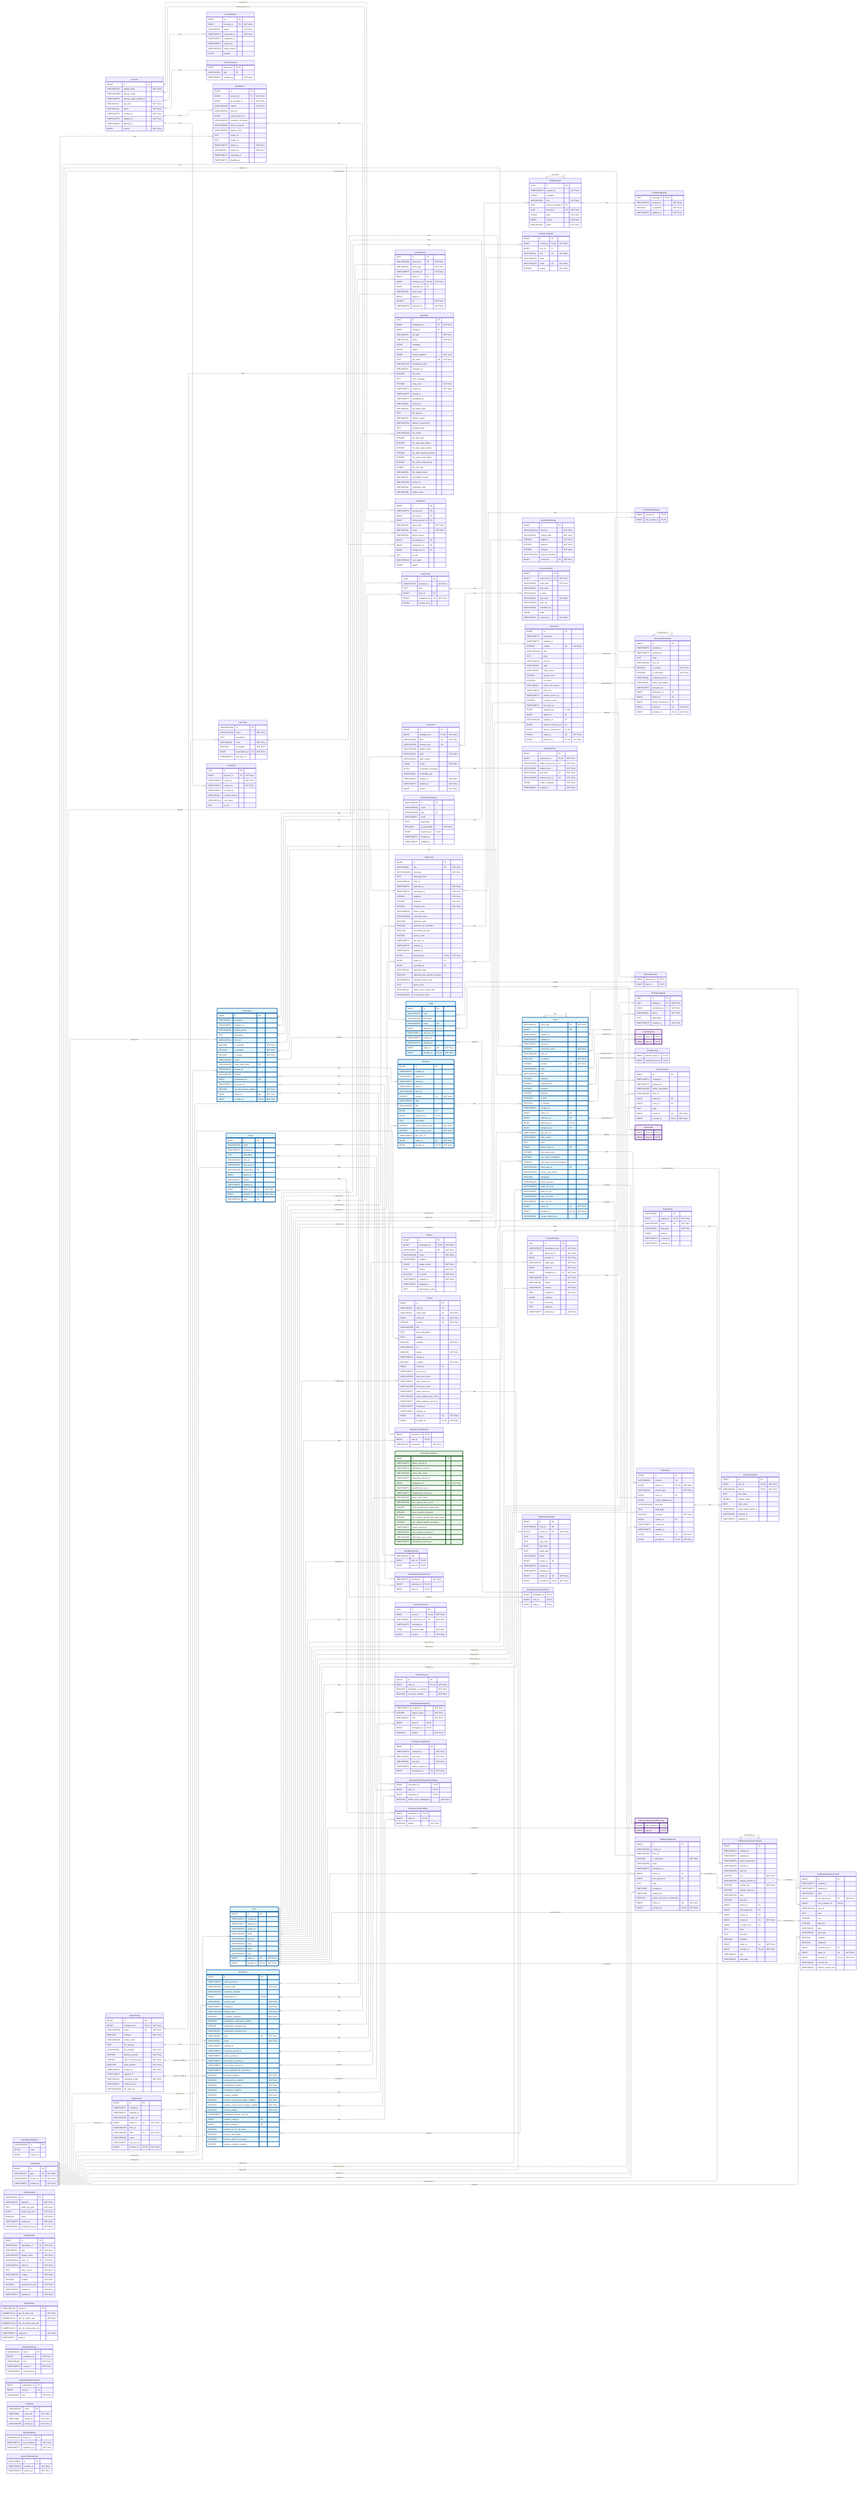
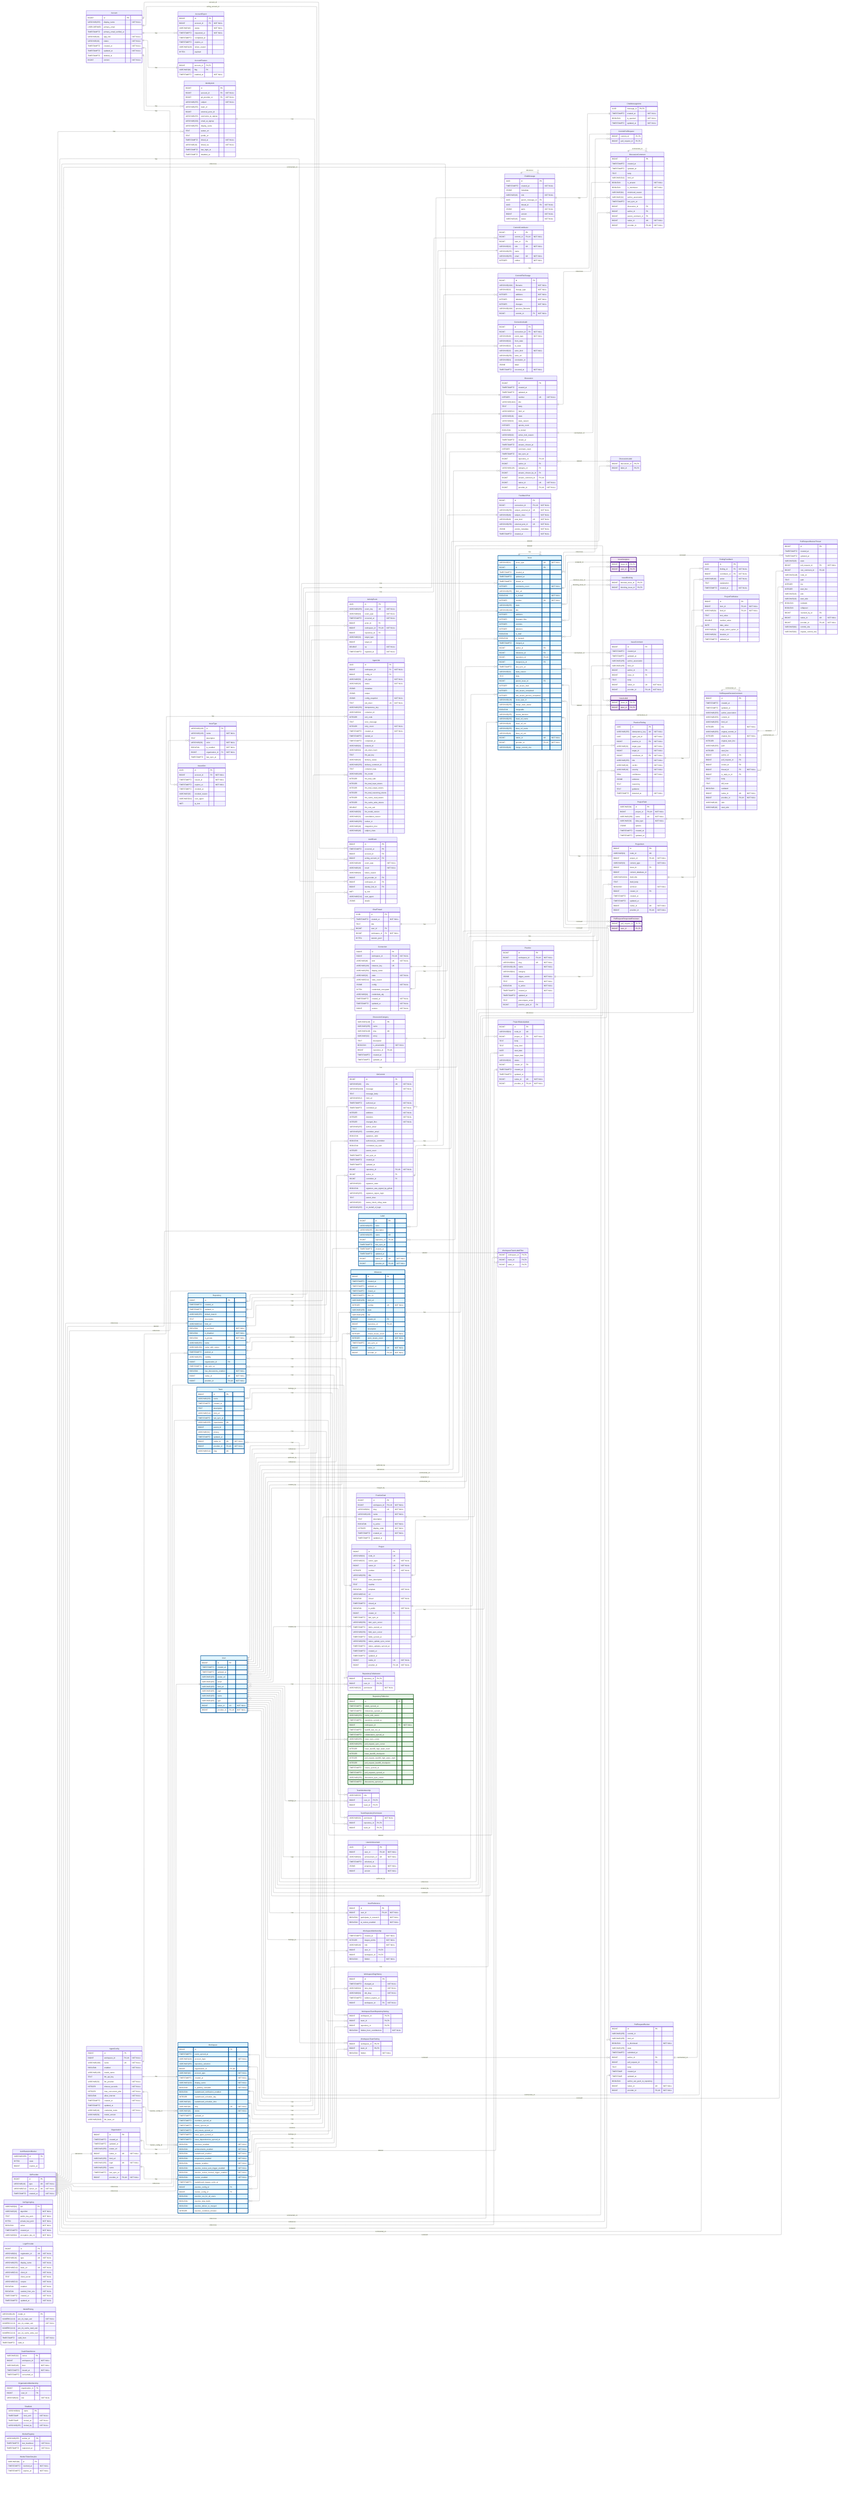
---
config:
    layout: elk
---
erDiagram
    %% Generated automatically from PostgreSQL database schema
    %% using scripts/generate-mermaid-erd.ts
    %% To regenerate: pnpm run db:generate-erd-docs

    direction LR

    Account {
        BIGINT id PK
        VARCHAR(255) display_name "NOT NULL"
        USER-DEFINED primary_email
        TIMESTAMPTZ primary_email_verified_at
        VARCHAR(16) app_role "NOT NULL"
        VARCHAR(16) status "NOT NULL"
        TIMESTAMPTZ created_at "NOT NULL"
        TIMESTAMPTZ updated_at "NOT NULL"
        TIMESTAMPTZ deleted_at
        BIGINT version "NOT NULL"
    }

    AccountExport {
        BIGINT id PK
        BIGINT account_id FK "NOT NULL"
        VARCHAR(16) status "NOT NULL"
        TIMESTAMPTZ requested_at "NOT NULL"
        TIMESTAMPTZ completed_at
        TIMESTAMPTZ expires_at
        VARCHAR(128) failure_reason
        BYTEA payload
    }

    AccountFeature {
        BIGINT account_id PK,FK
        VARCHAR(64) flag PK
        TIMESTAMPTZ enabled_at "NOT NULL"
    }

    ActivityEvent {
        UUID id PK
        VARCHAR(255) event_key UK "NOT NULL"
        VARCHAR(64) event_type "NOT NULL"
        TIMESTAMPTZ occurred_at "NOT NULL"
        BIGINT actor_id FK
        BIGINT workspace_id FK,UK "NOT NULL"
        BIGINT repository_id FK
        VARCHAR(32) target_type
        BIGINT target_id
        DOUBLE xp "NOT NULL"
        TIMESTAMPTZ ingested_at "NOT NULL"
    }

    AgentConfig {
        BIGINT id PK
        BIGINT workspace_id FK,UK "NOT NULL"
        VARCHAR(100) name UK "NOT NULL"
        BOOLEAN enabled "NOT NULL"
        VARCHAR(128) model_name
        TEXT llm_api_key
        VARCHAR(32) llm_provider "NOT NULL"
        INTEGER timeout_seconds "NOT NULL"
        INTEGER max_concurrent_jobs "NOT NULL"
        BOOLEAN allow_internet "NOT NULL"
        TIMESTAMPTZ created_at "NOT NULL"
        TIMESTAMPTZ updated_at
        VARCHAR(16) credential_mode "NOT NULL"
        VARCHAR(50) model_version
        VARCHAR(2048) llm_base_url
    }

    AgentJob {
        UUID id PK
        BIGINT workspace_id FK "NOT NULL"
        BIGINT config_id FK
        VARCHAR(50) job_type "NOT NULL"
        VARCHAR(20) status "NOT NULL"
        JSONB metadata
        JSONB output
        JSONB config_snapshot "NOT NULL"
        TEXT job_token UK "NOT NULL"
        VARCHAR(255) idempotency_key
        VARCHAR(64) container_id
        INTEGER exit_code
        TEXT error_message
        INTEGER retry_count "NOT NULL"
        TIMESTAMPTZ created_at "NOT NULL"
        TIMESTAMPTZ started_at
        TIMESTAMPTZ completed_at
        VARCHAR(64) network_id
        VARCHAR(64) job_token_hash
        TEXT llm_api_key
        VARCHAR(20) delivery_status
        VARCHAR(255) delivery_comment_id
        TEXT container_logs
        VARCHAR(100) llm_model
        INTEGER llm_total_calls
        INTEGER llm_total_input_tokens
        INTEGER llm_total_output_tokens
        INTEGER llm_total_reasoning_tokens
        INTEGER llm_cache_read_tokens
        INTEGER llm_cache_write_tokens
        DOUBLE llm_cost_usd
        VARCHAR(50) llm_model_version
        VARCHAR(32) cancellation_reason
        VARCHAR(255) worker_id
        VARCHAR(48) integration_kind
        VARCHAR(48) subject_class
    }

    AuthEvent {
        BIGINT id PK
        TIMESTAMPTZ occurred_at PK
        BIGINT account_id FK
        BIGINT acting_account_id FK
        VARCHAR(48) event_type "NOT NULL"
        VARCHAR(16) result "NOT NULL"
        VARCHAR(64) failure_reason
        BIGINT git_provider_id FK
        BIGINT workspace_id FK
        BIGINT identity_link_id FK
        INET ip_inet
        VARCHAR(512) user_agent
        JSONB details
    }

    AuthRateLimitBucket {
        VARCHAR(255) id PK
        BYTEA state
        BIGINT expires_at
    }

    ChatMessage {
        UUID id PK
        TIMESTAMPTZ created_at "NOT NULL"
        JSONB metadata
        VARCHAR(16) role "NOT NULL"
        UUID parent_message_id FK
        UUID thread_id FK "NOT NULL"
        JSONB parts "NOT NULL"
        BIGINT version "NOT NULL"
        VARCHAR(16) status "NOT NULL"
    }

    ChatMessageVote {
        UUID message_id PK,FK
        TIMESTAMPTZ created_at "NOT NULL"
        BOOLEAN is_upvoted "NOT NULL"
        TIMESTAMPTZ updated_at "NOT NULL"
    }

    ChatThread {
        UUID id PK
        TIMESTAMPTZ created_at "NOT NULL"
        TEXT title
        BIGINT user_id FK
        BIGINT workspace_id FK "NOT NULL"
        BYTEA session_jsonl
    }

    CommitContributor {
        BIGINT id PK
        BIGINT commit_id FK,UK "NOT NULL"
        BIGINT user_id FK
        VARCHAR(32) role UK "NOT NULL"
        VARCHAR(255) name
        VARCHAR(255) email UK "NOT NULL"
        INTEGER ordinal "NOT NULL"
    }

    CommitFileChange {
        BIGINT id PK
        VARCHAR(1024) filename "NOT NULL"
        VARCHAR(32) change_type "NOT NULL"
        INTEGER additions "NOT NULL"
        INTEGER deletions "NOT NULL"
        INTEGER changes "NOT NULL"
        VARCHAR(1024) previous_filename
        BIGINT commit_id FK "NOT NULL"
    }

    CommitPullRequest {
        BIGINT commit_id PK,FK
        BIGINT pull_request_id PK,FK
    }

    Connection {
        BIGINT id PK
        BIGINT workspace_id FK,UK "NOT NULL"
        VARCHAR(48) kind UK "NOT NULL"
        VARCHAR(128) instance_key UK
        VARCHAR(256) display_name
        VARCHAR(32) state "NOT NULL"
        VARCHAR(512) state_reason
        JSONB config "NOT NULL"
        BYTEA credentials_encrypted
        VARCHAR(64) credentials_alg
        TIMESTAMPTZ created_at "NOT NULL"
        TIMESTAMPTZ updated_at "NOT NULL"
        BIGINT version "NOT NULL"
    }

    ConnectionAudit {
        BIGINT id PK
        BIGINT connection_id FK "NOT NULL"
        VARCHAR(48) event_type "NOT NULL"
        VARCHAR(32) from_state
        VARCHAR(32) to_state
        VARCHAR(32) actor_kind "NOT NULL"
        VARCHAR(256) actor_ref
        VARCHAR(64) correlation_id
        JSONB detail
        TIMESTAMPTZ occurred_at "NOT NULL"
    }

    Discussion {
        BIGINT id PK
        TIMESTAMPTZ created_at
        TIMESTAMPTZ updated_at
        INTEGER number UK "NOT NULL"
        VARCHAR(1024) title
        TEXT body
        VARCHAR(512) html_url
        VARCHAR(16) state
        VARCHAR(32) state_reason
        INTEGER upvote_count
        BOOLEAN is_locked
        VARCHAR(32) active_lock_reason
        TIMESTAMPTZ closed_at
        TIMESTAMPTZ answer_chosen_at
        INTEGER comment_count
        TIMESTAMPTZ last_sync_at
        BIGINT repository_id FK,UK
        BIGINT author_id FK
        VARCHAR(128) category_id FK
        BIGINT answer_chosen_by_id FK
        BIGINT answer_comment_id FK,UK
        BIGINT native_id UK "NOT NULL"
        BIGINT provider_id FK,UK "NOT NULL"
    }

    DiscussionCategory {
        VARCHAR(128) id PK
        VARCHAR(255) name
        VARCHAR(128) slug UK
        VARCHAR(32) emoji
        TEXT description
        BOOLEAN is_answerable "NOT NULL"
        BIGINT repository_id FK,UK
        TIMESTAMPTZ created_at
        TIMESTAMPTZ updated_at
    }

    DiscussionComment {
        BIGINT id PK
        TIMESTAMPTZ created_at
        TIMESTAMPTZ updated_at
        TEXT body
        VARCHAR(512) html_url
        BOOLEAN is_answer "NOT NULL"
        BOOLEAN is_minimized "NOT NULL"
        VARCHAR(64) minimized_reason
        VARCHAR(32) author_association
        TIMESTAMPTZ last_sync_at
        BIGINT discussion_id FK
        BIGINT author_id FK
        BIGINT parent_comment_id FK
        BIGINT native_id UK "NOT NULL"
        BIGINT provider_id FK,UK "NOT NULL"
    }

    DiscussionLabel {
        BIGINT discussion_id PK,FK
        BIGINT label_id PK,FK
    }

    FeedbackPost {
        BIGINT id PK
        BIGINT connection_id FK,UK "NOT NULL"
        VARCHAR(256) subject_external_id UK "NOT NULL"
        VARCHAR(48) subject_class "NOT NULL"
        VARCHAR(48) post_kind UK "NOT NULL"
        VARCHAR(256) external_post_id UK "NOT NULL"
        JSONB vendor_metadata "NOT NULL"
        TIMESTAMPTZ created_at "NOT NULL"
    }

    FindingFeedback {
        UUID id PK
        UUID finding_id FK "NOT NULL"
        BIGINT contributor_id FK "NOT NULL"
        VARCHAR(16) action "NOT NULL"
        TEXT explanation
        TIMESTAMPTZ created_at "NOT NULL"
    }

    GitCommit {
        BIGINT id PK
        VARCHAR(40) sha UK "NOT NULL"
        VARCHAR(1024) message "NOT NULL"
        TEXT message_body
        VARCHAR(512) html_url
        TIMESTAMPTZ authored_at "NOT NULL"
        TIMESTAMPTZ committed_at "NOT NULL"
        INTEGER additions "NOT NULL"
        INTEGER deletions "NOT NULL"
        INTEGER changed_files "NOT NULL"
        VARCHAR(255) author_email
        VARCHAR(255) committer_email
        BOOLEAN signature_valid
        BOOLEAN authored_by_committer
        BOOLEAN committed_via_web
        INTEGER parent_count
        TIMESTAMPTZ last_sync_at
        TIMESTAMPTZ created_at
        TIMESTAMPTZ updated_at
        BIGINT repository_id FK,UK "NOT NULL"
        BIGINT author_id FK
        BIGINT committer_id FK
        VARCHAR(32) signature_state
        BOOLEAN signature_was_signed_by_github
        VARCHAR(255) signature_signer_login
        TEXT parent_shas
        VARCHAR(32) status_check_rollup_state
        VARCHAR(255) on_behalf_of_login
    }

    GitProvider {
        BIGINT id PK
        VARCHAR(10) type UK "NOT NULL"
        VARCHAR(512) server_url UK "NOT NULL"
        TIMESTAMPTZ created_at "NOT NULL"
    }

    IdentityLink {
        BIGINT id PK
        BIGINT account_id FK "NOT NULL"
        BIGINT git_provider_id FK "NOT NULL"
        VARCHAR(255) subject "NOT NULL"
        VARCHAR(255) team_id
        BIGINT external_actor_id
        VARCHAR(255) username_at_signup
        VARCHAR(320) email_at_signup
        VARCHAR(255) display_name
        TEXT avatar_url
        TEXT profile_url
        TIMESTAMPTZ linked_at "NOT NULL"
        VARCHAR(16) linked_via "NOT NULL"
        TIMESTAMPTZ last_login_at
        TIMESTAMPTZ disabled_at
    }

    Issue {
        VARCHAR(31) issue_type UK "NOT NULL"
        BIGINT id PK
        TIMESTAMPTZ created_at
        TIMESTAMPTZ updated_at
        TIMESTAMPTZ closed_at
        INTEGER comments_count "NOT NULL"
        VARCHAR(255) html_url
        BOOLEAN is_locked "NOT NULL"
        INTEGER number UK "NOT NULL"
        VARCHAR(255) state
        VARCHAR(1024) title
        INTEGER additions
        INTEGER changed_files
        INTEGER commits
        INTEGER deletions
        BOOLEAN is_draft
        BOOLEAN is_merged
        TIMESTAMPTZ merged_at
        BIGINT author_id FK
        BIGINT milestone_id FK
        BIGINT repository_id FK,UK
        BIGINT merged_by_id FK
        TIMESTAMPTZ last_sync_at
        VARCHAR(32) state_reason
        TEXT body
        BIGINT parent_issue_id FK
        INTEGER sub_issues_total
        INTEGER sub_issues_completed
        INTEGER sub_issues_percent_completed
        VARCHAR(128) issue_type_id FK
        VARCHAR(255) merge_state_status
        BOOLEAN mergeable
        VARCHAR(255) review_decision
        VARCHAR(255) head_ref_name
        VARCHAR(40) head_ref_oid
        VARCHAR(255) base_ref_name
        VARCHAR(40) base_ref_oid
        BIGINT native_id UK "NOT NULL"
        BIGINT provider_id FK,UK "NOT NULL"
        VARCHAR(40) merge_commit_sha
    }

    IssueAssignee {
        BIGINT issue_id PK,FK
        BIGINT user_id PK,FK
    }

    IssueBlocking {
        BIGINT blocked_issue_id PK,FK
        BIGINT blocking_issue_id PK,FK
    }

    IssueComment {
        BIGINT id PK
        TIMESTAMPTZ created_at
        TIMESTAMPTZ updated_at
        VARCHAR(255) author_association
        VARCHAR(255) html_url
        BIGINT author_id FK
        BIGINT issue_id FK
        TEXT body
        BIGINT native_id UK "NOT NULL"
        BIGINT provider_id FK,UK "NOT NULL"
    }

    IssueLabel {
        BIGINT issue_id PK,FK
        BIGINT label_id PK,FK
    }

    IssueType {
        VARCHAR(128) id PK
        VARCHAR(128) name "NOT NULL"
        TEXT description
        VARCHAR(20) color "NOT NULL"
        BOOLEAN is_enabled "NOT NULL"
        BIGINT organization_id FK "NOT NULL"
        TIMESTAMPTZ last_sync_at
    }

    IssuedJwt {
        UUID jti PK
        BIGINT account_id FK "NOT NULL"
        TIMESTAMPTZ issued_at "NOT NULL"
        TIMESTAMPTZ expires_at "NOT NULL"
        TIMESTAMPTZ revoked_at
        VARCHAR(32) revoked_reason
        VARCHAR(512) user_agent
        INET ip_inet
    }

    JwtSigningKey {
        VARCHAR(64) kid PK
        VARCHAR(16) algorithm "NOT NULL"
        TEXT public_key_pem "NOT NULL"
        BYTEA private_key_pem "NOT NULL"
        BOOLEAN active "NOT NULL"
        TIMESTAMPTZ created_at "NOT NULL"
        VARCHAR(64) encryption_key_id "NOT NULL"
    }

    Label {
        BIGINT id PK
        VARCHAR(255) color
        VARCHAR(255) description
        VARCHAR(255) name UK
        BIGINT repository_id FK,UK
        TIMESTAMPTZ last_sync_at
        TIMESTAMPTZ created_at
        TIMESTAMPTZ updated_at
        BIGINT native_id UK "NOT NULL"
        BIGINT provider_id FK,UK "NOT NULL"
    }

    LoginProvider {
        BIGINT id PK
        VARCHAR(64) registration_id UK "NOT NULL"
        VARCHAR(10) type UK "NOT NULL"
        VARCHAR(255) display_name "NOT NULL"
        VARCHAR(512) base_url UK "NOT NULL"
        VARCHAR(512) client_id "NOT NULL"
        TEXT client_secret "NOT NULL"
        VARCHAR(512) scopes "NOT NULL"
        BOOLEAN enabled "NOT NULL"
        BOOLEAN seeded_from_env "NOT NULL"
        TIMESTAMPTZ created_at "NOT NULL"
        TIMESTAMPTZ updated_at "NOT NULL"
    }

    Milestone {
        BIGINT id PK
        TIMESTAMPTZ created_at
        TIMESTAMPTZ updated_at
        TIMESTAMPTZ closed_at
        TIMESTAMPTZ due_on
        VARCHAR(255) html_url
        INTEGER number UK "NOT NULL"
        VARCHAR(255) state
        VARCHAR(255) title
        BIGINT creator_id FK
        BIGINT repository_id FK,UK
        TEXT description
        INTEGER closed_issues_count "NOT NULL"
        INTEGER open_issues_count "NOT NULL"
        TIMESTAMPTZ last_sync_at
        BIGINT native_id UK "NOT NULL"
        BIGINT provider_id FK,UK "NOT NULL"
    }

    ModelPricing {
        VARCHAR(128) model_id PK
        NUMERIC(12,6) per_1k_input_usd "NOT NULL"
        NUMERIC(12,6) per_1k_output_usd "NOT NULL"
        NUMERIC(12,6) per_1k_cache_read_usd
        NUMERIC(12,6) per_1k_cache_write_usd
        TIMESTAMPTZ valid_from "NOT NULL"
        TIMESTAMPTZ valid_to
    }

    OauthStateNonce {
        VARCHAR(32) nonce PK
        BIGINT workspace_id "NOT NULL"
        VARCHAR(48) kind "NOT NULL"
        TIMESTAMPTZ issued_at "NOT NULL"
        TIMESTAMPTZ consumed_at
    }

    Organization {
        BIGINT id PK
        TIMESTAMPTZ created_at
        TIMESTAMPTZ updated_at
        VARCHAR(255) avatar_url
        BIGINT native_id UK "NOT NULL"
        VARCHAR(255) html_url
        VARCHAR(255) login UK "NOT NULL"
        VARCHAR(255) name
        TIMESTAMPTZ last_sync_at
        BIGINT provider_id FK,UK "NOT NULL"
    }

    OrganizationMembership {
        BIGINT organization_id PK
        BIGINT user_id PK
        VARCHAR(32) role "NOT NULL"
    }

    Practice {
        BIGINT id PK
        BIGINT workspace_id FK,UK "NOT NULL"
        VARCHAR(64) slug UK "NOT NULL"
        VARCHAR(128) name "NOT NULL"
        VARCHAR(64) category
        JSONB trigger_events "NOT NULL"
        TEXT criteria "NOT NULL"
        BOOLEAN is_active "NOT NULL"
        TIMESTAMPTZ created_at "NOT NULL"
        TIMESTAMPTZ updated_at
        TEXT precompute_script
+         BIGINT practice_goal_id FK
    }

    PracticeFinding {
        UUID id PK
        VARCHAR(255) idempotency_key UK "NOT NULL"
        UUID agent_job_id "NOT NULL"
        BIGINT practice_id FK "NOT NULL"
        VARCHAR(32) target_type "NOT NULL"
        BIGINT target_id "NOT NULL"
        BIGINT contributor_id FK "NOT NULL"
        VARCHAR(255) title "NOT NULL"
        VARCHAR(16) verdict "NOT NULL"
        VARCHAR(16) severity "NOT NULL"
        REAL confidence "NOT NULL"
        JSONB evidence
        TEXT reasoning
        TEXT guidance
        TIMESTAMPTZ detected_at "NOT NULL"
+     }
+ 
+     PracticeGoal {
+         BIGINT id PK
+         BIGINT workspace_id FK,UK "NOT NULL"
+         VARCHAR(64) slug UK "NOT NULL"
+         VARCHAR(128) name "NOT NULL"
+         TEXT description
+         BOOLEAN is_active "NOT NULL"
+         INTEGER display_order "NOT NULL"
+         TIMESTAMPTZ created_at "NOT NULL"
+         TIMESTAMPTZ updated_at
    }

    Project {
        BIGINT id PK
        VARCHAR(64) node_id UK
        VARCHAR(32) owner_type UK "NOT NULL"
        BIGINT owner_id UK "NOT NULL"
        INTEGER number UK "NOT NULL"
        VARCHAR(256) title
        TEXT short_description
        TEXT readme
        BOOLEAN template "NOT NULL"
        VARCHAR(512) url
        BOOLEAN closed "NOT NULL"
        TIMESTAMPTZ closed_at
        BOOLEAN is_public "NOT NULL"
        BIGINT creator_id FK
        TIMESTAMPTZ last_sync_at
        VARCHAR(256) item_sync_cursor
        TIMESTAMPTZ items_synced_at
        VARCHAR(256) field_sync_cursor
        TIMESTAMPTZ fields_synced_at
        VARCHAR(256) status_update_sync_cursor
        TIMESTAMPTZ status_updates_synced_at
        TIMESTAMPTZ created_at
        TIMESTAMPTZ updated_at
        BIGINT native_id UK "NOT NULL"
        BIGINT provider_id FK,UK "NOT NULL"
    }

    ProjectField {
        VARCHAR(64) id PK
        BIGINT project_id FK,UK "NOT NULL"
        VARCHAR(256) name UK "NOT NULL"
        VARCHAR(32) data_type "NOT NULL"
        JSONB options
        TIMESTAMPTZ created_at
        TIMESTAMPTZ updated_at
    }

    ProjectFieldValue {
        BIGINT id PK
        BIGINT item_id FK,UK "NOT NULL"
        VARCHAR(64) field_id FK,UK "NOT NULL"
        TEXT text_value
        DOUBLE number_value
        DATE date_value
        VARCHAR(64) single_select_option_id
        VARCHAR(64) iteration_id
        TIMESTAMPTZ updated_at
    }

    ProjectItem {
        BIGINT id PK
        VARCHAR(64) node_id UK
        BIGINT project_id FK,UK "NOT NULL"
        VARCHAR(32) content_type "NOT NULL"
        BIGINT issue_id FK
        BIGINT content_database_id
        VARCHAR(1024) draft_title
        TEXT draft_body
        BOOLEAN archived "NOT NULL"
        BIGINT creator_id FK
        TIMESTAMPTZ created_at
        TIMESTAMPTZ updated_at
        BIGINT native_id UK "NOT NULL"
        BIGINT provider_id FK,UK "NOT NULL"
    }

    ProjectStatusUpdate {
        BIGINT id PK
        VARCHAR(64) node_id UK
        BIGINT project_id FK "NOT NULL"
        TEXT body
        TEXT body_html
        DATE start_date
        DATE target_date
        VARCHAR(32) status
        BIGINT creator_id FK
        TIMESTAMPTZ created_at
        TIMESTAMPTZ updated_at
        BIGINT native_id UK "NOT NULL"
        BIGINT provider_id FK,UK "NOT NULL"
    }

    PullRequestRequestedReviewer {
        BIGINT pull_request_id PK,FK
        BIGINT user_id PK,FK
    }

    PullRequestReview {
        BIGINT id PK
        VARCHAR(255) commit_id
        VARCHAR(255) html_url
        BOOLEAN is_dismissed "NOT NULL"
        VARCHAR(255) state
        TIMESTAMPTZ submitted_at
        BIGINT author_id FK
        BIGINT pull_request_id FK
        TEXT body
        TIMESTAMP created_at
        TIMESTAMP updated_at
        BOOLEAN author_can_push_to_repository
        BIGINT native_id UK "NOT NULL"
        BIGINT provider_id FK,UK "NOT NULL"
    }

    PullRequestReviewComment {
        BIGINT id PK
        TIMESTAMPTZ created_at
        TIMESTAMPTZ updated_at
        VARCHAR(255) author_association
        VARCHAR(255) commit_id
        VARCHAR(255) html_url
        INTEGER line "NOT NULL"
        VARCHAR(255) original_commit_id
        INTEGER original_line "NOT NULL"
        INTEGER original_start_line
        VARCHAR(255) path
        INTEGER start_line
        BIGINT author_id FK
        BIGINT pull_request_id FK
        BIGINT review_id FK
        BIGINT thread_id FK "NOT NULL"
        BIGINT in_reply_to_id FK
        TEXT body
        TEXT diff_hunk
        BOOLEAN outdated
        BIGINT native_id UK "NOT NULL"
        BIGINT provider_id FK,UK "NOT NULL"
        VARCHAR(16) side
        VARCHAR(16) start_side
    }

    PullRequestReviewThread {
        BIGINT id PK
        TIMESTAMPTZ created_at
        TIMESTAMPTZ updated_at
        VARCHAR(20) state
        BIGINT pull_request_id FK "NOT NULL"
        BIGINT root_comment_id FK,UK
        VARCHAR(128) node_id
        TEXT path
        INTEGER line
        INTEGER start_line
        VARCHAR(16) side
        VARCHAR(16) start_side
        BOOLEAN outdated
        BOOLEAN collapsed
        BIGINT resolved_by_id FK
        BIGINT native_id UK "NOT NULL"
        BIGINT provider_id FK,UK "NOT NULL"
        VARCHAR(64) commit_sha
        VARCHAR(64) original_commit_sha
    }

    Repository {
        BIGINT id PK
        TIMESTAMPTZ created_at
        TIMESTAMPTZ updated_at
        VARCHAR(255) default_branch
        TEXT description
        VARCHAR(512) html_url
        BOOLEAN is_archived "NOT NULL"
        BOOLEAN is_disabled "NOT NULL"
        BOOLEAN is_private "NOT NULL"
        VARCHAR(255) name
        VARCHAR(150) name_with_owner UK
        TIMESTAMPTZ pushed_at
        VARCHAR(255) visibility
        BIGINT organization_id FK
        TIMESTAMPTZ last_sync_at
        BOOLEAN has_discussions_enabled "NOT NULL"
        BIGINT native_id UK "NOT NULL"
        BIGINT provider_id FK,UK "NOT NULL"
    }

    RepositoryCollaborator {
        BIGINT repository_id PK,FK
        BIGINT user_id PK,FK
        VARCHAR(32) permission "NOT NULL"
    }

    RepositoryToMonitor {
        BIGINT id PK
        TIMESTAMPTZ labels_synced_at
        TIMESTAMPTZ milestones_synced_at
        VARCHAR(255) name_with_owner
        TIMESTAMPTZ repository_synced_at
        BIGINT workspace_id FK "NOT NULL"
        TIMESTAMPTZ backfill_last_run_at
        TIMESTAMPTZ collaborators_synced_at
        VARCHAR(255) issue_sync_cursor
        VARCHAR(255) pull_request_sync_cursor
        INTEGER issue_backfill_high_water_mark
        INTEGER issue_backfill_checkpoint
        INTEGER pull_request_backfill_high_water_mark
        INTEGER pull_request_backfill_checkpoint
        TIMESTAMPTZ issues_synced_at
        TIMESTAMPTZ pull_requests_synced_at
        VARCHAR(255) discussion_sync_cursor
        TIMESTAMPTZ discussions_synced_at
    }

    Shedlock {
        VARCHAR(64) name PK
        TIMESTAMP lock_until "NOT NULL"
        TIMESTAMP locked_at "NOT NULL"
        VARCHAR(255) locked_by "NOT NULL"
    }

    Team {
        BIGINT id PK
        VARCHAR(255) name
        TIMESTAMPTZ created_at
        TEXT description
        VARCHAR(512) html_url
        TIMESTAMPTZ last_sync_at
        VARCHAR(255) organization UK
        BIGINT parent_id
        VARCHAR(32) privacy
        TIMESTAMPTZ updated_at
        BIGINT native_id UK "NOT NULL"
        BIGINT provider_id FK,UK "NOT NULL"
        VARCHAR(512) slug UK
    }

    TeamMembership {
        VARCHAR(32) role
        BIGINT user_id PK,FK
        BIGINT team_id PK,FK
    }

    TeamRepositoryPermission {
        VARCHAR(32) permission "NOT NULL"
        BIGINT repository_id PK,FK
        BIGINT team_id PK,FK
    }

    User {
        BIGINT id PK
        TIMESTAMPTZ created_at
        TIMESTAMPTZ updated_at
        VARCHAR(255) avatar_url
        VARCHAR(255) email
        VARCHAR(255) html_url
        VARCHAR(255) login
        VARCHAR(255) name
        VARCHAR(255) type
        BIGINT native_id UK "NOT NULL"
        BIGINT provider_id FK,UK "NOT NULL"
    }

    UserAchievement {
        UUID id PK
        BIGINT user_id FK,UK "NOT NULL"
        VARCHAR(64) achievement_id UK "NOT NULL"
        TIMESTAMPTZ unlocked_at
        JSONB progress_data "NOT NULL"
        BIGINT version "NOT NULL"
    }

    UserPreference {
        BIGINT id PK
        BIGINT user_id FK,UK "NOT NULL"
        BOOLEAN participate_in_research "NOT NULL"
        BOOLEAN ai_review_enabled "NOT NULL"
    }

    WorkerRegistry {
        VARCHAR(255) worker_id PK
        TIMESTAMPTZ last_heartbeat "NOT NULL"
        TIMESTAMPTZ registered_at "NOT NULL"
    }

    WorkerTokenDenylist {
        VARCHAR(64) jti PK
        TIMESTAMPTZ revoked_at "NOT NULL"
        TIMESTAMPTZ expires_at "NOT NULL"
    }

    Workspace {
        BIGINT id PK
        TIMESTAMPTZ users_synced_at
        VARCHAR(120) account_login "NOT NULL"
        VARCHAR(255) repository_selection
        BIGINT organization_id FK,UK
        VARCHAR(10) account_type "NOT NULL"
        TIMESTAMPTZ created_at "NOT NULL"
        VARCHAR(120) display_name "NOT NULL"
        BOOLEAN is_publicly_viewable "NOT NULL"
        BOOLEAN leaderboard_notification_enabled
        INTEGER leaderboard_schedule_day
        VARCHAR(10) leaderboard_schedule_time
        VARCHAR(64) slug UK "NOT NULL"
        VARCHAR(20) status "NOT NULL"
        TIMESTAMPTZ updated_at
        TIMESTAMPTZ members_synced_at
        TIMESTAMPTZ teams_synced_at
        TIMESTAMPTZ sub_issues_synced_at
        TIMESTAMPTZ issue_types_synced_at
        TIMESTAMPTZ issue_dependencies_synced_at
        BOOLEAN practices_enabled "NOT NULL"
        BOOLEAN achievements_enabled "NOT NULL"
        BOOLEAN leaderboard_enabled "NOT NULL"
        BOOLEAN progression_enabled "NOT NULL"
        BOOLEAN leagues_enabled "NOT NULL"
        BOOLEAN practice_review_auto_trigger_enabled "NOT NULL"
        BOOLEAN practice_review_manual_trigger_enabled "NOT NULL"
        BOOLEAN mentor_enabled "NOT NULL"
        TIMESTAMPTZ leaderboard_league_cycle_at
        BIGINT practice_config_id FK
        BIGINT mentor_config_id FK
        BOOLEAN practice_run_for_all_users
        BOOLEAN practice_skip_drafts
        BOOLEAN practice_deliver_to_merged
        INTEGER practice_cooldown_minutes
    }

    WorkspaceMembership {
        TIMESTAMPTZ created_at "NOT NULL"
        INTEGER league_points "NOT NULL"
        VARCHAR(16) role "NOT NULL"
        BIGINT user_id PK,FK
        BIGINT workspace_id PK,FK
        BOOLEAN hidden "NOT NULL"
    }

    WorkspaceSlugHistory {
        BIGINT id PK
        TIMESTAMPTZ changed_at "NOT NULL"
        VARCHAR(64) new_slug "NOT NULL"
        VARCHAR(64) old_slug "NOT NULL"
        TIMESTAMPTZ redirect_expires_at
        BIGINT workspace_id FK "NOT NULL"
    }

    WorkspaceTeamLabelFilter {
        BIGINT workspace_id PK,FK
        BIGINT team_id PK,FK
        BIGINT label_id PK,FK
    }

    WorkspaceTeamRepositorySetting {
        BIGINT workspace_id PK,FK
        BIGINT team_id PK,FK
        BIGINT repository_id PK,FK
        BOOLEAN hidden_from_contributions "NOT NULL"
    }

    WorkspaceTeamSetting {
        BIGINT workspace_id PK,FK
        BIGINT team_id PK,FK
        BOOLEAN hidden "NOT NULL"
    }

    %% Relationships
    %% One-to-One relationships
    Account ||--|| AccountFeature : has
    Workspace ||--|| ActivityEvent : has
    Workspace ||--|| AgentConfig : has
    ChatMessage ||--|| ChatMessageVote : has
    GitCommit ||--|| CommitContributor : has
    Workspace ||--|| Connection : has
    Repository ||--|| Discussion : has
    DiscussionComment ||--|| Discussion : references
    GitProvider ||--|| Discussion : references
    Repository ||--|| DiscussionCategory : has
    GitProvider ||--|| DiscussionComment : commented_on
    Connection ||--|| FeedbackPost : has
    Repository ||--|| GitCommit : has
    Repository ||--|| Issue : has
    GitProvider ||--|| Issue : references
    GitProvider ||--|| IssueComment : commented_on
    Repository ||--|| Label : labeled
    GitProvider ||--|| Label : labeled
    Repository ||--|| Milestone : has
    GitProvider ||--|| Milestone : references
    GitProvider ||--|| Organization : references
    Workspace ||--|| Practice : has
+     Workspace ||--|| PracticeGoal : has
    GitProvider ||--|| Project : references
    Project ||--|| ProjectField : has
    ProjectItem ||--|| ProjectFieldValue : has
    ProjectField ||--|| ProjectFieldValue : has
    Project ||--|| ProjectItem : has
    GitProvider ||--|| ProjectItem : references
    GitProvider ||--|| ProjectStatusUpdate : references
    GitProvider ||--|| PullRequestReview : reviewed
    GitProvider ||--|| PullRequestReviewComment : commented_on
    PullRequestReviewComment ||--|| PullRequestReviewThread : reviewed
    GitProvider ||--|| PullRequestReviewThread : reviewed
    GitProvider ||--|| Repository : references
    GitProvider ||--|| Team : references
    GitProvider ||--|| User : references
    User ||--|| UserAchievement : has
    User ||--|| UserPreference : has
    Organization ||--|| Workspace : has
    User ||--|| WorkspaceMembership : belongs_to
    Workspace ||--|| WorkspaceMembership : belongs_to

    %% One-to-Many relationships
    Account ||--o{ AccountExport : has
    User ||--o{ ActivityEvent : references
    Repository ||--o{ ActivityEvent : has
    Workspace ||--o{ AgentJob : has
    AgentConfig ||--o{ AgentJob : has
    Account ||--o{ AuthEvent : account_id
    Account ||--o{ AuthEvent : acting_account_id
    GitProvider ||--o{ AuthEvent : has
    Workspace ||--o{ AuthEvent : has
    IdentityLink ||--o{ AuthEvent : has
    ChatMessage ||--o{ ChatMessage : references
    ChatThread ||--o{ ChatMessage : has
    User ||--o{ ChatThread : has
    Workspace ||--o{ ChatThread : has
    User ||--o{ CommitContributor : has
    GitCommit ||--o{ CommitFileChange : has
    Connection ||--o{ ConnectionAudit : has
    User ||--o{ Discussion : authored_by
    DiscussionCategory ||--o{ Discussion : has
    User ||--o{ Discussion : references
    Discussion ||--o{ DiscussionComment : commented_on
    User ||--o{ DiscussionComment : commented_on
    DiscussionComment ||--o{ DiscussionComment : commented_on
    PracticeFinding ||--o{ FindingFeedback : has
    User ||--o{ FindingFeedback : references
    User ||--o{ GitCommit : authored_by
    User ||--o{ GitCommit : references
    Account ||--o{ IdentityLink : has
    GitProvider ||--o{ IdentityLink : has
    User ||--o{ Issue : authored_by
    Milestone ||--o{ Issue : has
    User ||--o{ Issue : merged_by
    Issue ||--o{ Issue : has
    IssueType ||--o{ Issue : has
    User ||--o{ IssueComment : commented_on
    Issue ||--o{ IssueComment : commented_on
    Organization ||--o{ IssueType : has
    Account ||--o{ IssuedJwt : has
    User ||--o{ Milestone : created_by
+     PracticeGoal ||--o{ Practice : has
    Practice ||--o{ PracticeFinding : has
    User ||--o{ PracticeFinding : references
    User ||--o{ Project : created_by
    Issue ||--o{ ProjectItem : has
    User ||--o{ ProjectItem : created_by
    Project ||--o{ ProjectStatusUpdate : has
    User ||--o{ ProjectStatusUpdate : created_by
    User ||--o{ PullRequestReview : reviewed
    Issue ||--o{ PullRequestReview : reviewed
    User ||--o{ PullRequestReviewComment : commented_on
    Issue ||--o{ PullRequestReviewComment : commented_on
    PullRequestReview ||--o{ PullRequestReviewComment : commented_on
    PullRequestReviewThread ||--o{ PullRequestReviewComment : commented_on
    PullRequestReviewComment ||--o{ PullRequestReviewComment : commented_on
    Issue ||--o{ PullRequestReviewThread : reviewed
    User ||--o{ PullRequestReviewThread : reviewed
    Organization ||--o{ Repository : has
    Workspace ||--o{ RepositoryToMonitor : monitors
    AgentConfig ||--o{ Workspace : practice_config_id
    AgentConfig ||--o{ Workspace : mentor_config_id
    Workspace ||--o{ WorkspaceSlugHistory : has

    %% Many-to-Many relationships
    GitCommit }o--o{ CommitPullRequest : has
    Issue }o--o{ CommitPullRequest : references
    Discussion }o--o{ DiscussionLabel : labeled
    Label }o--o{ DiscussionLabel : labeled
    Issue }o--o{ IssueAssignee : assigned_to
    User }o--o{ IssueAssignee : assigned_to
    Issue }o--o{ IssueBlocking : blocked_issue_id
    Issue }o--o{ IssueBlocking : blocking_issue_id
    Issue }o--o{ IssueLabel : labeled
    Label }o--o{ IssueLabel : labeled
    Issue }o--o{ PullRequestRequestedReviewer : reviewed
    User }o--o{ PullRequestRequestedReviewer : reviewed
    Repository }o--o{ RepositoryCollaborator : has
    User }o--o{ RepositoryCollaborator : has
    User }o--o{ TeamMembership : belongs_to
    Team }o--o{ TeamMembership : belongs_to
    Repository }o--o{ TeamRepositoryPermission : has
    Team }o--o{ TeamRepositoryPermission : has
    Workspace }o--o{ WorkspaceTeamLabelFilter : labeled
    Team }o--o{ WorkspaceTeamLabelFilter : labeled
    Label }o--o{ WorkspaceTeamLabelFilter : labeled
    Workspace }o--o{ WorkspaceTeamRepositorySetting : has
    Team }o--o{ WorkspaceTeamRepositorySetting : has
    Repository }o--o{ WorkspaceTeamRepositorySetting : has
    Workspace }o--o{ WorkspaceTeamSetting : has
    Team }o--o{ WorkspaceTeamSetting : has

    %% Styling
    classDef primaryEntity fill:#e1f5fe,stroke:#01579b,stroke-width:2px
    classDef associationEntity fill:#f3e5f5,stroke:#4a148c,stroke-width:2px
    classDef metadataEntity fill:#e8f5e8,stroke:#1b5e20,stroke-width:2px

    class Issue primaryEntity
    class IssueAssignee associationEntity
    class IssueLabel associationEntity
    class Label primaryEntity
    class Milestone primaryEntity
    class PullRequestRequestedReviewer associationEntity
    class Repository primaryEntity
    class RepositoryToMonitor metadataEntity
    class Team primaryEntity
    class User primaryEntity
    class Workspace primaryEntity
